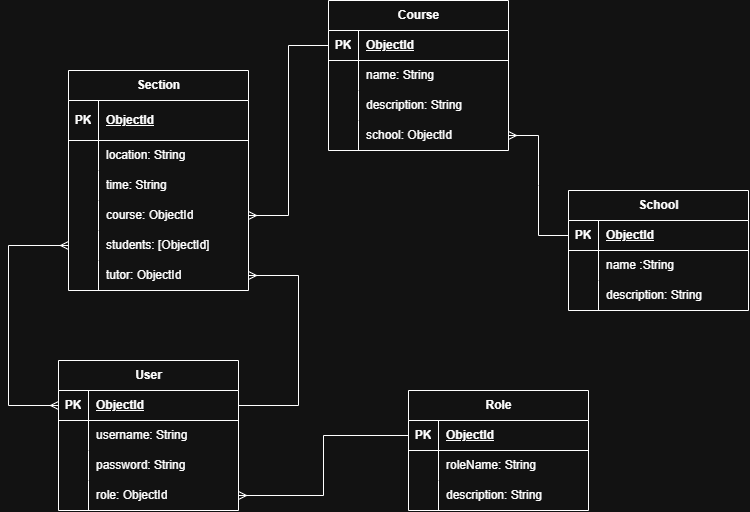
This is README-media/Project2_ERD.drawio.png from KhadijaAlsatrawi/Course-Management-System, a draw.io export, as it was before one commit. Source tidied: cells renumbered, new cells last; positions are measured from the earlier drawing's top-left corner, leaving out a move shared by most shapes. Source of this version:
```xml
<mxGraphModel>
  <root>
    <mxCell id="0" />
    <mxCell id="1" parent="0" />
    <mxCell id="2" value="Course" style="shape=table;startSize=30;rowLines=0;fontStyle=1;align=center;html=1;" parent="1" vertex="1">
      <mxGeometry x="320" width="180" height="150" as="geometry" />
    </mxCell>
    <mxCell id="3" style="shape=tableRow;horizontal=0;startSize=0;swimlaneHead=0;swimlaneBody=0;fillColor=none;points=[[0,0.5],[1,0.5]];portConstraint=eastwest;top=0;left=0;right=0;bottom=1;" parent="2" vertex="1">
      <mxGeometry y="30" width="180" height="30" as="geometry" />
    </mxCell>
    <mxCell id="4" value="PK" style="shape=partialRectangle;fillColor=none;top=0;left=0;bottom=0;right=0;fontStyle=1;overflow=hidden;whiteSpace=wrap;html=1;" parent="3" vertex="1">
      <mxGeometry width="30" height="30" as="geometry" />
    </mxCell>
    <mxCell id="5" value="ObjectId" style="shape=partialRectangle;fillColor=none;top=0;left=0;bottom=0;right=0;align=left;spacingLeft=6;fontStyle=5;overflow=hidden;whiteSpace=wrap;html=1;" parent="3" vertex="1">
      <mxGeometry x="30" width="150" height="30" as="geometry" />
    </mxCell>
    <mxCell id="6" style="shape=tableRow;horizontal=0;startSize=0;swimlaneHead=0;swimlaneBody=0;fillColor=none;top=0;left=0;right=0;bottom=0;" parent="2" vertex="1">
      <mxGeometry y="60" width="180" height="30" as="geometry" />
    </mxCell>
    <mxCell id="7" style="shape=partialRectangle;fillColor=none;top=0;left=0;bottom=0;right=0;overflow=hidden;whiteSpace=wrap;html=1;" parent="6" vertex="1">
      <mxGeometry width="30" height="30" as="geometry" />
    </mxCell>
    <mxCell id="8" value="name: String" style="shape=partialRectangle;fillColor=none;top=0;left=0;bottom=0;right=0;align=left;spacingLeft=6;overflow=hidden;whiteSpace=wrap;html=1;" parent="6" vertex="1">
      <mxGeometry x="30" width="150" height="30" as="geometry" />
    </mxCell>
    <mxCell id="9" style="shape=tableRow;horizontal=0;startSize=0;swimlaneHead=0;swimlaneBody=0;fillColor=none;top=0;left=0;right=0;bottom=0;" parent="2" vertex="1">
      <mxGeometry y="90" width="180" height="30" as="geometry" />
    </mxCell>
    <mxCell id="10" style="shape=partialRectangle;fillColor=none;top=0;left=0;bottom=0;right=0;overflow=hidden;whiteSpace=wrap;html=1;" parent="9" vertex="1">
      <mxGeometry width="30" height="30" as="geometry" />
    </mxCell>
    <mxCell id="11" value="description: String" style="shape=partialRectangle;fillColor=none;top=0;left=0;bottom=0;right=0;align=left;spacingLeft=6;overflow=hidden;whiteSpace=wrap;html=1;" parent="9" vertex="1">
      <mxGeometry x="30" width="150" height="30" as="geometry" />
    </mxCell>
    <mxCell id="12" style="shape=tableRow;horizontal=0;startSize=0;swimlaneHead=0;swimlaneBody=0;fillColor=none;points=[[0,0.5],[1,0.5]];portConstraint=eastwest;top=0;left=0;right=0;bottom=0;" parent="2" vertex="1">
      <mxGeometry y="120" width="180" height="30" as="geometry" />
    </mxCell>
    <mxCell id="13" style="shape=partialRectangle;fillColor=none;top=0;left=0;bottom=0;right=0;overflow=hidden;whiteSpace=wrap;html=1;" parent="12" vertex="1">
      <mxGeometry width="30" height="30" as="geometry" />
    </mxCell>
    <mxCell id="14" value="school: ObjectId" style="shape=partialRectangle;fillColor=none;top=0;left=0;bottom=0;right=0;align=left;spacingLeft=6;overflow=hidden;whiteSpace=wrap;html=1;" parent="12" vertex="1">
      <mxGeometry x="30" width="150" height="30" as="geometry" />
    </mxCell>
    <mxCell id="15" value="School" style="shape=table;startSize=30;rowLines=0;fontStyle=1;align=center;html=1;" parent="1" vertex="1">
      <mxGeometry x="560" y="190" width="180" height="120" as="geometry" />
    </mxCell>
    <mxCell id="16" style="shape=tableRow;horizontal=0;startSize=0;swimlaneHead=0;swimlaneBody=0;fillColor=none;points=[[0,0.5],[1,0.5]];portConstraint=eastwest;top=0;left=0;right=0;bottom=1;" parent="15" vertex="1">
      <mxGeometry y="30" width="180" height="30" as="geometry" />
    </mxCell>
    <mxCell id="17" value="PK" style="shape=partialRectangle;fillColor=none;top=0;left=0;bottom=0;right=0;fontStyle=1;overflow=hidden;whiteSpace=wrap;html=1;" parent="16" vertex="1">
      <mxGeometry width="30" height="30" as="geometry" />
    </mxCell>
    <mxCell id="18" value="ObjectId" style="shape=partialRectangle;fillColor=none;top=0;left=0;bottom=0;right=0;align=left;spacingLeft=6;fontStyle=5;overflow=hidden;whiteSpace=wrap;html=1;" parent="16" vertex="1">
      <mxGeometry x="30" width="150" height="30" as="geometry" />
    </mxCell>
    <mxCell id="19" style="shape=tableRow;horizontal=0;startSize=0;swimlaneHead=0;swimlaneBody=0;fillColor=none;top=0;left=0;right=0;bottom=0;" parent="15" vertex="1">
      <mxGeometry y="60" width="180" height="30" as="geometry" />
    </mxCell>
    <mxCell id="20" style="shape=partialRectangle;fillColor=none;top=0;left=0;bottom=0;right=0;overflow=hidden;whiteSpace=wrap;html=1;" parent="19" vertex="1">
      <mxGeometry width="30" height="30" as="geometry" />
    </mxCell>
    <mxCell id="21" value="name :String" style="shape=partialRectangle;fillColor=none;top=0;left=0;bottom=0;right=0;align=left;spacingLeft=6;overflow=hidden;whiteSpace=wrap;html=1;" parent="19" vertex="1">
      <mxGeometry x="30" width="150" height="30" as="geometry" />
    </mxCell>
    <mxCell id="22" style="shape=tableRow;horizontal=0;startSize=0;swimlaneHead=0;swimlaneBody=0;fillColor=none;top=0;left=0;right=0;bottom=0;" parent="15" vertex="1">
      <mxGeometry y="90" width="180" height="30" as="geometry" />
    </mxCell>
    <mxCell id="23" style="shape=partialRectangle;fillColor=none;top=0;left=0;bottom=0;right=0;overflow=hidden;whiteSpace=wrap;html=1;" parent="22" vertex="1">
      <mxGeometry width="30" height="30" as="geometry" />
    </mxCell>
    <mxCell id="24" value="description: String" style="shape=partialRectangle;fillColor=none;top=0;left=0;bottom=0;right=0;align=left;spacingLeft=6;overflow=hidden;whiteSpace=wrap;html=1;" parent="22" vertex="1">
      <mxGeometry x="30" width="150" height="30" as="geometry" />
    </mxCell>
    <mxCell id="25" value="Section" style="shape=table;startSize=30;rowLines=0;fontStyle=1;align=center;html=1;" parent="1" vertex="1">
      <mxGeometry x="60" y="70" width="180" height="220" as="geometry" />
    </mxCell>
    <mxCell id="26" style="shape=tableRow;horizontal=0;startSize=0;swimlaneHead=0;swimlaneBody=0;fillColor=none;top=0;left=0;right=0;bottom=1;" parent="25" vertex="1">
      <mxGeometry y="30" width="180" height="40" as="geometry" />
    </mxCell>
    <mxCell id="27" value="PK" style="shape=partialRectangle;fillColor=none;top=0;left=0;bottom=0;right=0;fontStyle=1;overflow=hidden;whiteSpace=wrap;html=1;" parent="26" vertex="1">
      <mxGeometry width="30" height="40" as="geometry" />
    </mxCell>
    <mxCell id="28" value="ObjectId" style="shape=partialRectangle;fillColor=none;top=0;left=0;bottom=0;right=0;align=left;spacingLeft=6;fontStyle=5;overflow=hidden;whiteSpace=wrap;html=1;" parent="26" vertex="1">
      <mxGeometry x="30" width="150" height="40" as="geometry" />
    </mxCell>
    <mxCell id="29" style="shape=tableRow;horizontal=0;startSize=0;swimlaneHead=0;swimlaneBody=0;fillColor=none;top=0;left=0;right=0;bottom=0;" parent="25" vertex="1">
      <mxGeometry y="70" width="180" height="30" as="geometry" />
    </mxCell>
    <mxCell id="30" style="shape=partialRectangle;fillColor=none;top=0;left=0;bottom=0;right=0;overflow=hidden;whiteSpace=wrap;html=1;" parent="29" vertex="1">
      <mxGeometry width="30" height="30" as="geometry" />
    </mxCell>
    <mxCell id="31" value="location: String" style="shape=partialRectangle;fillColor=none;top=0;left=0;bottom=0;right=0;align=left;spacingLeft=6;overflow=hidden;whiteSpace=wrap;html=1;" parent="29" vertex="1">
      <mxGeometry x="30" width="150" height="30" as="geometry" />
    </mxCell>
    <mxCell id="32" style="shape=tableRow;horizontal=0;startSize=0;swimlaneHead=0;swimlaneBody=0;fillColor=none;top=0;left=0;right=0;bottom=0;" parent="25" vertex="1">
      <mxGeometry y="100" width="180" height="30" as="geometry" />
    </mxCell>
    <mxCell id="33" style="shape=partialRectangle;fillColor=none;top=0;left=0;bottom=0;right=0;overflow=hidden;whiteSpace=wrap;html=1;" parent="32" vertex="1">
      <mxGeometry width="30" height="30" as="geometry" />
    </mxCell>
    <mxCell id="34" value="time: String" style="shape=partialRectangle;fillColor=none;top=0;left=0;bottom=0;right=0;align=left;spacingLeft=6;overflow=hidden;whiteSpace=wrap;html=1;" parent="32" vertex="1">
      <mxGeometry x="30" width="150" height="30" as="geometry" />
    </mxCell>
    <mxCell id="35" style="shape=tableRow;horizontal=0;startSize=0;swimlaneHead=0;swimlaneBody=0;fillColor=none;points=[[0,0.5],[1,0.5]];portConstraint=eastwest;top=0;left=0;right=0;bottom=0;" parent="25" vertex="1">
      <mxGeometry y="130" width="180" height="30" as="geometry" />
    </mxCell>
    <mxCell id="36" style="shape=partialRectangle;fillColor=none;top=0;left=0;bottom=0;right=0;overflow=hidden;whiteSpace=wrap;html=1;" parent="35" vertex="1">
      <mxGeometry width="30" height="30" as="geometry" />
    </mxCell>
    <mxCell id="37" value="course: ObjectId" style="shape=partialRectangle;fillColor=none;top=0;left=0;bottom=0;right=0;align=left;spacingLeft=6;overflow=hidden;whiteSpace=wrap;html=1;" parent="35" vertex="1">
      <mxGeometry x="30" width="150" height="30" as="geometry" />
    </mxCell>
    <mxCell id="38" style="shape=tableRow;horizontal=0;startSize=0;swimlaneHead=0;swimlaneBody=0;fillColor=none;points=[[0,0.5],[1,0.5]];portConstraint=eastwest;top=0;left=0;right=0;bottom=0;" parent="25" vertex="1">
      <mxGeometry y="160" width="180" height="30" as="geometry" />
    </mxCell>
    <mxCell id="39" style="shape=partialRectangle;fillColor=none;top=0;left=0;bottom=0;right=0;overflow=hidden;whiteSpace=wrap;html=1;" parent="38" vertex="1">
      <mxGeometry width="30" height="30" as="geometry" />
    </mxCell>
    <mxCell id="40" value="students: [ObjectId]" style="shape=partialRectangle;fillColor=none;top=0;left=0;bottom=0;right=0;align=left;spacingLeft=6;overflow=hidden;whiteSpace=wrap;html=1;" parent="38" vertex="1">
      <mxGeometry x="30" width="150" height="30" as="geometry" />
    </mxCell>
    <mxCell id="41" style="shape=tableRow;horizontal=0;startSize=0;swimlaneHead=0;swimlaneBody=0;fillColor=none;points=[[0,0.5],[1,0.5]];portConstraint=eastwest;top=0;left=0;right=0;bottom=0;" parent="25" vertex="1">
      <mxGeometry y="190" width="180" height="30" as="geometry" />
    </mxCell>
    <mxCell id="42" style="shape=partialRectangle;fillColor=none;top=0;left=0;bottom=0;right=0;overflow=hidden;whiteSpace=wrap;html=1;" parent="41" vertex="1">
      <mxGeometry width="30" height="30" as="geometry" />
    </mxCell>
    <mxCell id="43" value="tutor: ObjectId" style="shape=partialRectangle;fillColor=none;top=0;left=0;bottom=0;right=0;align=left;spacingLeft=6;overflow=hidden;whiteSpace=wrap;html=1;" parent="41" vertex="1">
      <mxGeometry x="30" width="150" height="30" as="geometry" />
    </mxCell>
    <mxCell id="44" value="User" style="shape=table;startSize=30;rowLines=0;fontStyle=1;align=center;html=1;" parent="1" vertex="1">
      <mxGeometry x="50" y="360" width="180" height="150" as="geometry" />
    </mxCell>
    <mxCell id="45" style="shape=tableRow;horizontal=0;startSize=0;swimlaneHead=0;swimlaneBody=0;fillColor=none;points=[[0,0.5],[1,0.5]];portConstraint=eastwest;top=0;left=0;right=0;bottom=1;" parent="44" vertex="1">
      <mxGeometry y="30" width="180" height="30" as="geometry" />
    </mxCell>
    <mxCell id="46" value="PK" style="shape=partialRectangle;fillColor=none;top=0;left=0;bottom=0;right=0;fontStyle=1;overflow=hidden;whiteSpace=wrap;html=1;" parent="45" vertex="1">
      <mxGeometry width="30" height="30" as="geometry" />
    </mxCell>
    <mxCell id="47" value="ObjectId" style="shape=partialRectangle;fillColor=none;top=0;left=0;bottom=0;right=0;align=left;spacingLeft=6;fontStyle=5;overflow=hidden;whiteSpace=wrap;html=1;" parent="45" vertex="1">
      <mxGeometry x="30" width="150" height="30" as="geometry" />
    </mxCell>
    <mxCell id="48" style="shape=tableRow;horizontal=0;startSize=0;swimlaneHead=0;swimlaneBody=0;fillColor=none;top=0;left=0;right=0;bottom=0;" parent="44" vertex="1">
      <mxGeometry y="60" width="180" height="30" as="geometry" />
    </mxCell>
    <mxCell id="49" style="shape=partialRectangle;fillColor=none;top=0;left=0;bottom=0;right=0;overflow=hidden;whiteSpace=wrap;html=1;" parent="48" vertex="1">
      <mxGeometry width="30" height="30" as="geometry" />
    </mxCell>
    <mxCell id="50" value="username: String" style="shape=partialRectangle;fillColor=none;top=0;left=0;bottom=0;right=0;align=left;spacingLeft=6;overflow=hidden;whiteSpace=wrap;html=1;" parent="48" vertex="1">
      <mxGeometry x="30" width="150" height="30" as="geometry" />
    </mxCell>
    <mxCell id="51" style="shape=tableRow;horizontal=0;startSize=0;swimlaneHead=0;swimlaneBody=0;fillColor=none;top=0;left=0;right=0;bottom=0;" parent="44" vertex="1">
      <mxGeometry y="90" width="180" height="30" as="geometry" />
    </mxCell>
    <mxCell id="52" style="shape=partialRectangle;fillColor=none;top=0;left=0;bottom=0;right=0;overflow=hidden;whiteSpace=wrap;html=1;" parent="51" vertex="1">
      <mxGeometry width="30" height="30" as="geometry" />
    </mxCell>
    <mxCell id="53" value="password: String" style="shape=partialRectangle;fillColor=none;top=0;left=0;bottom=0;right=0;align=left;spacingLeft=6;overflow=hidden;whiteSpace=wrap;html=1;" parent="51" vertex="1">
      <mxGeometry x="30" width="150" height="30" as="geometry" />
    </mxCell>
    <mxCell id="54" style="shape=tableRow;horizontal=0;startSize=0;swimlaneHead=0;swimlaneBody=0;fillColor=none;points=[[0,0.5],[1,0.5]];portConstraint=eastwest;top=0;left=0;right=0;bottom=0;" parent="44" vertex="1">
      <mxGeometry y="120" width="180" height="30" as="geometry" />
    </mxCell>
    <mxCell id="55" style="shape=partialRectangle;fillColor=none;top=0;left=0;bottom=0;right=0;overflow=hidden;whiteSpace=wrap;html=1;" parent="54" vertex="1">
      <mxGeometry width="30" height="30" as="geometry" />
    </mxCell>
    <mxCell id="56" value="role: ObjectId" style="shape=partialRectangle;fillColor=none;top=0;left=0;bottom=0;right=0;align=left;spacingLeft=6;overflow=hidden;whiteSpace=wrap;html=1;" parent="54" vertex="1">
      <mxGeometry x="30" width="150" height="30" as="geometry" />
    </mxCell>
    <mxCell id="57" style="edgeStyle=entityRelationEdgeStyle;fontSize=12;html=1;endArrow=none;rounded=0;defaultLabelBackgroundColor=page;entryX=0;entryY=0.5;entryDx=0;entryDy=0;exitX=1;exitY=0.5;exitDx=0;exitDy=0;endFill=0;startArrow=ERmany;startFill=0;" parent="1" edge="1" source="12" target="16">
      <mxGeometry relative="1" as="geometry" />
    </mxCell>
    <mxCell id="58" style="edgeStyle=orthogonalEdgeStyle;fontSize=12;html=1;endArrow=ERmany;rounded=0;defaultLabelBackgroundColor=page;exitX=0;exitY=0.5;exitDx=0;exitDy=0;endFill=0;" parent="1" edge="1" source="3" target="35">
      <mxGeometry x="0.4" relative="1" as="geometry" />
    </mxCell>
    <mxCell id="59" value="Role" style="shape=table;startSize=30;rowLines=0;fontStyle=1;align=center;html=1;" parent="1" vertex="1">
      <mxGeometry x="400" y="390" width="180" height="120" as="geometry" />
    </mxCell>
    <mxCell id="60" style="shape=tableRow;horizontal=0;startSize=0;swimlaneHead=0;swimlaneBody=0;fillColor=none;points=[[0,0.5],[1,0.5]];portConstraint=eastwest;top=0;left=0;right=0;bottom=1;" parent="59" vertex="1">
      <mxGeometry y="30" width="180" height="30" as="geometry" />
    </mxCell>
    <mxCell id="61" value="PK" style="shape=partialRectangle;fillColor=none;top=0;left=0;bottom=0;right=0;fontStyle=1;overflow=hidden;whiteSpace=wrap;html=1;" parent="60" vertex="1">
      <mxGeometry width="30" height="30" as="geometry" />
    </mxCell>
    <mxCell id="62" value="ObjectId" style="shape=partialRectangle;fillColor=none;top=0;left=0;bottom=0;right=0;align=left;spacingLeft=6;fontStyle=5;overflow=hidden;whiteSpace=wrap;html=1;" parent="60" vertex="1">
      <mxGeometry x="30" width="150" height="30" as="geometry" />
    </mxCell>
    <mxCell id="63" style="shape=tableRow;horizontal=0;startSize=0;swimlaneHead=0;swimlaneBody=0;fillColor=none;top=0;left=0;right=0;bottom=0;" parent="59" vertex="1">
      <mxGeometry y="60" width="180" height="30" as="geometry" />
    </mxCell>
    <mxCell id="64" style="shape=partialRectangle;fillColor=none;top=0;left=0;bottom=0;right=0;overflow=hidden;whiteSpace=wrap;html=1;" parent="63" vertex="1">
      <mxGeometry width="30" height="30" as="geometry" />
    </mxCell>
    <mxCell id="65" value="roleName: String" style="shape=partialRectangle;fillColor=none;top=0;left=0;bottom=0;right=0;align=left;spacingLeft=6;overflow=hidden;whiteSpace=wrap;html=1;" parent="63" vertex="1">
      <mxGeometry x="30" width="150" height="30" as="geometry" />
    </mxCell>
    <mxCell id="66" style="shape=tableRow;horizontal=0;startSize=0;swimlaneHead=0;swimlaneBody=0;fillColor=none;top=0;left=0;right=0;bottom=0;" parent="59" vertex="1">
      <mxGeometry y="90" width="180" height="30" as="geometry" />
    </mxCell>
    <mxCell id="67" style="shape=partialRectangle;fillColor=none;top=0;left=0;bottom=0;right=0;overflow=hidden;whiteSpace=wrap;html=1;" parent="66" vertex="1">
      <mxGeometry width="30" height="30" as="geometry" />
    </mxCell>
    <mxCell id="68" value="description: String" style="shape=partialRectangle;fillColor=none;top=0;left=0;bottom=0;right=0;align=left;spacingLeft=6;overflow=hidden;whiteSpace=wrap;html=1;" parent="66" vertex="1">
      <mxGeometry x="30" width="150" height="30" as="geometry" />
    </mxCell>
    <mxCell id="69" style="edgeStyle=orthogonalEdgeStyle;fontSize=12;html=1;endArrow=ERmany;rounded=0;defaultLabelBackgroundColor=page;entryX=1;entryY=0.5;entryDx=0;entryDy=0;endFill=0;" parent="1" edge="1" source="60" target="54">
      <mxGeometry x="-0.48" relative="1" as="geometry" />
    </mxCell>
    <mxCell id="70" style="edgeStyle=orthogonalEdgeStyle;fontSize=12;html=1;endArrow=ERmany;startArrow=ERmany;rounded=0;defaultLabelBackgroundColor=page;entryX=0;entryY=0.5;entryDx=0;entryDy=0;exitX=0;exitY=0.5;exitDx=0;exitDy=0;" parent="1" edge="1" source="45" target="38">
      <mxGeometry x="0.21" relative="1" as="geometry">
        <Array as="points">
          <mxPoint y="405" />
          <mxPoint y="245" />
        </Array>
      </mxGeometry>
    </mxCell>
    <mxCell id="71" style="edgeStyle=orthogonalEdgeStyle;fontSize=12;html=1;endArrow=ERmany;rounded=0;defaultLabelBackgroundColor=page;entryX=1;entryY=0.5;entryDx=0;entryDy=0;exitX=1;exitY=0.5;exitDx=0;exitDy=0;" parent="1" edge="1" source="45" target="41">
      <mxGeometry x="0.08" relative="1" as="geometry">
        <Array as="points">
          <mxPoint x="290" y="405" />
          <mxPoint x="290" y="275" />
        </Array>
      </mxGeometry>
    </mxCell>
  </root>
</mxGraphModel>
```
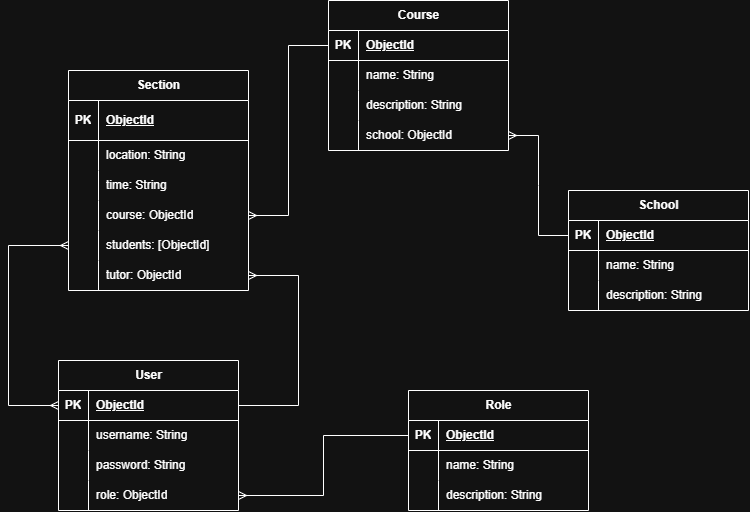
After the commit.

Commit message:
updated the user model: added the role

Change to the diagram source:
```diff
@@ -59,7 +59,7 @@
     <mxCell id="20" style="shape=partialRectangle;fillColor=none;top=0;left=0;bottom=0;right=0;overflow=hidden;whiteSpace=wrap;html=1;" parent="19" vertex="1">
       <mxGeometry width="30" height="30" as="geometry" />
     </mxCell>
-    <mxCell id="21" value="name :String" style="shape=partialRectangle;fillColor=none;top=0;left=0;bottom=0;right=0;align=left;spacingLeft=6;overflow=hidden;whiteSpace=wrap;html=1;" parent="19" vertex="1">
+    <mxCell id="21" value="name: String" style="shape=partialRectangle;fillColor=none;top=0;left=0;bottom=0;right=0;align=left;spacingLeft=6;overflow=hidden;whiteSpace=wrap;html=1;" parent="19" vertex="1">
       <mxGeometry x="30" width="150" height="30" as="geometry" />
     </mxCell>
     <mxCell id="22" style="shape=tableRow;horizontal=0;startSize=0;swimlaneHead=0;swimlaneBody=0;fillColor=none;top=0;left=0;right=0;bottom=0;" parent="15" vertex="1">
@@ -191,7 +191,7 @@
     <mxCell id="64" style="shape=partialRectangle;fillColor=none;top=0;left=0;bottom=0;right=0;overflow=hidden;whiteSpace=wrap;html=1;" parent="63" vertex="1">
       <mxGeometry width="30" height="30" as="geometry" />
     </mxCell>
-    <mxCell id="65" value="roleName: String" style="shape=partialRectangle;fillColor=none;top=0;left=0;bottom=0;right=0;align=left;spacingLeft=6;overflow=hidden;whiteSpace=wrap;html=1;" parent="63" vertex="1">
+    <mxCell id="65" value="name: String" style="shape=partialRectangle;fillColor=none;top=0;left=0;bottom=0;right=0;align=left;spacingLeft=6;overflow=hidden;whiteSpace=wrap;html=1;" parent="63" vertex="1">
       <mxGeometry x="30" width="150" height="30" as="geometry" />
     </mxCell>
     <mxCell id="66" style="shape=tableRow;horizontal=0;startSize=0;swimlaneHead=0;swimlaneBody=0;fillColor=none;top=0;left=0;right=0;bottom=0;" parent="59" vertex="1">
```
